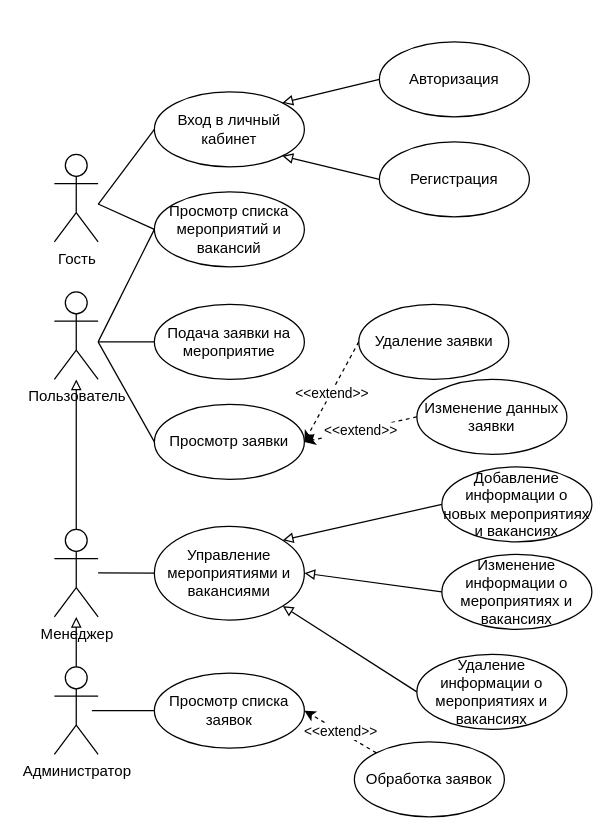
ArtP0rsche/Course-Project-Documents keeps this draw.io diagram as Course Project UML.drawio. Above is the earlier version. Source tidied: cells renumbered, new cells numbered last; positions are measured from the earlier drawing's top-left corner, leaving out a move shared by most shapes. Both pictures are drawn from the tidied source at 125%, with x=0, y=0 at pixel (54, 41).
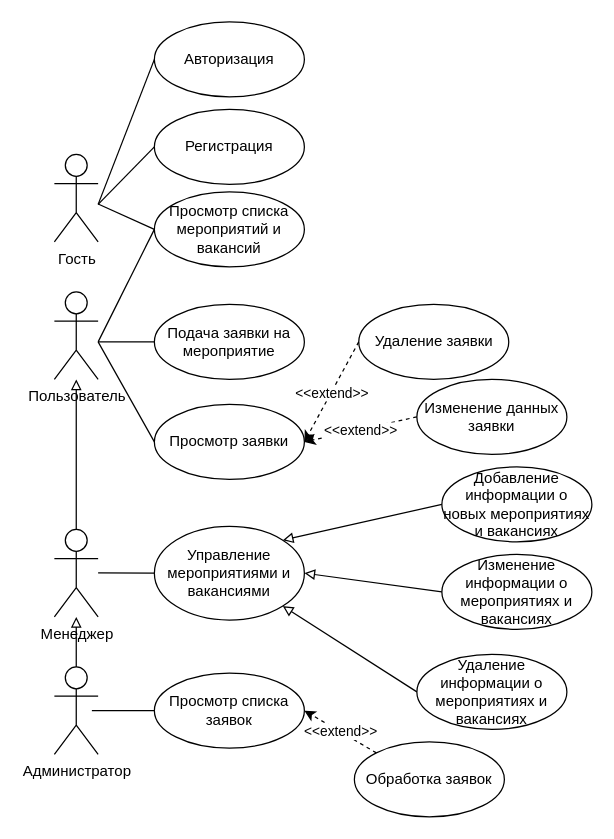
Above is the later version.

Change to the diagram source:
```diff
@@
-    <mxCell id="9" value="Вход в личный кабинет" style="ellipse;whiteSpace=wrap;html=1;" parent="1" vertex="1">
-      <mxGeometry x="80" y="40" width="120" height="60" as="geometry" />
-    </mxCell>
     <mxCell id="10" value="Авторизация" style="ellipse;whiteSpace=wrap;html=1;" parent="1" vertex="1">
-      <mxGeometry x="260" width="120" height="60" as="geometry" />
+      <mxGeometry x="80" y="-16" width="120" height="60" as="geometry" />
     </mxCell>
     <mxCell id="11" value="Регистрация" style="ellipse;whiteSpace=wrap;html=1;" parent="1" vertex="1">
-      <mxGeometry x="260" y="80" width="120" height="60" as="geometry" />
+      <mxGeometry x="80" y="54" width="120" height="60" as="geometry" />
     </mxCell>
-    <mxCell id="12" style="endArrow=none;html=1;rounded=0;entryX=0;entryY=0.5;entryDx=0;entryDy=0;" parent="1" edge="1" target="9">
+    <mxCell id="12" style="endArrow=none;html=1;rounded=0;entryX=0;entryY=0.5;entryDx=0;entryDy=0;" parent="1" edge="1" target="11">
       <mxGeometry relative="1" as="geometry">
         <mxPoint x="35" y="130" as="sourcePoint" />
       </mxGeometry>
     </mxCell>
@@
-    <mxCell id="38" style="endArrow=block;html=1;rounded=0;endFill=0;entryX=1;entryY=0;entryDx=0;entryDy=0;exitX=0;exitY=0.5;exitDx=0;exitDy=0;" parent="1" edge="1" source="10" target="9">
-      <mxGeometry relative="1" as="geometry" />
-    </mxCell>
-    <mxCell id="39" style="endArrow=block;html=1;rounded=0;endFill=0;entryX=1;entryY=1;entryDx=0;entryDy=0;exitX=0;exitY=0.5;exitDx=0;exitDy=0;" parent="1" edge="1" source="11" target="9">
-      <mxGeometry relative="1" as="geometry" />
-    </mxCell>
+    <mxCell id="40" style="endArrow=none;html=1;rounded=0;entryX=0;entryY=0.5;entryDx=0;entryDy=0;" parent="1" edge="1" target="10">
+      <mxGeometry relative="1" as="geometry">
+        <mxPoint x="35" y="130" as="sourcePoint" />
+      </mxGeometry>
+    </mxCell>
```
